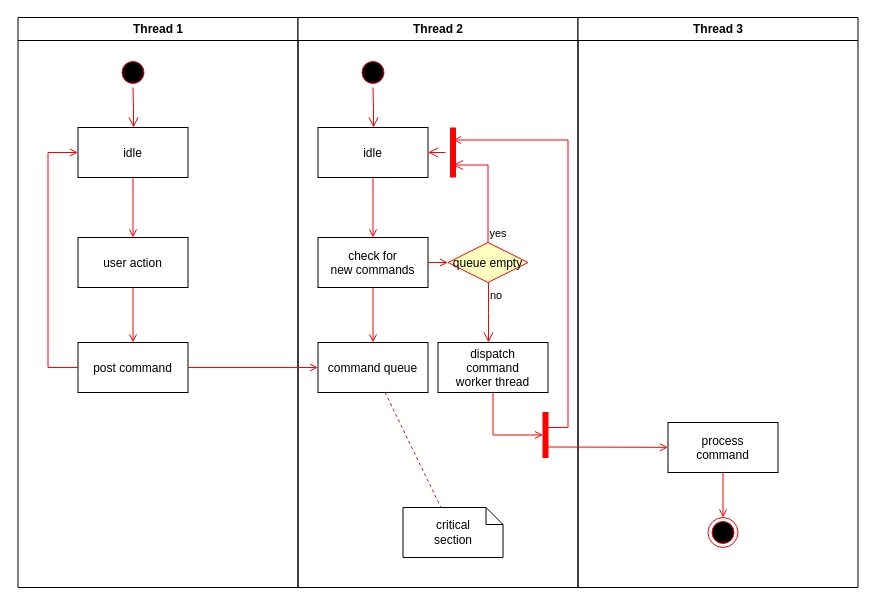
This is activityDiagram.drawio from thewyolar/CyberLife, a draw.io file, before an edit. Source tidied: cells renumbered, new cells numbered last; positions are measured from the earlier drawing's top-left corner, leaving out a move shared by most shapes. Both pictures are drawn from the tidied source at 100%, with x=0, y=0 at pixel (17, 17).
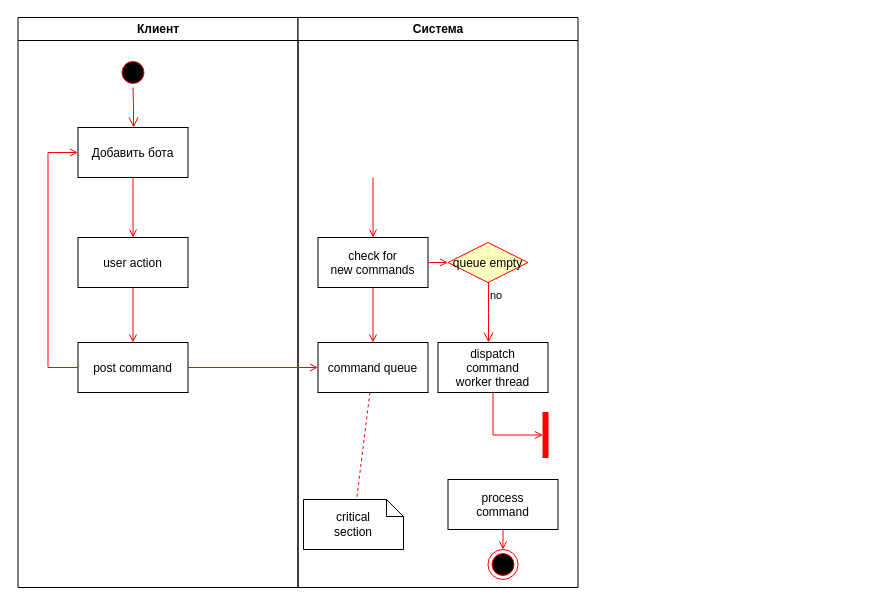
The same page after the edit.

Unchanged cells that the change refers to:
```xml
<mxCell id="15" value="check for &#10;new commands" parent="11" vertex="1">
  <mxGeometry x="20" y="220" width="110" height="50" as="geometry" />
</mxCell>
<mxCell id="19" value="queue empty" style="rhombus;fillColor=#ffffc0;strokeColor=#ff0000;" parent="11" vertex="1">
  <mxGeometry x="150" y="225" width="80" height="40" as="geometry" />
</mxCell>
```

Change to the diagram source:
```diff
@@
-    <mxCell id="2" value="Thread 1" style="swimlane;whiteSpace=wrap;" parent="1" vertex="1">
+    <mxCell id="2" value="Клиент" style="swimlane;whiteSpace=wrap;" parent="1" vertex="1">
       <mxGeometry x="0.5" width="280" height="570" as="geometry" />
     </mxCell>
@@
-    <mxCell id="5" value="idle" parent="2" vertex="1">
+    <mxCell id="5" value="Добавить бота" parent="2" vertex="1">
       <mxGeometry x="60" y="110" width="110" height="50" as="geometry" />
     </mxCell>
@@
-    <mxCell id="11" value="Thread 2" style="swimlane;whiteSpace=wrap;" parent="1" vertex="1">
+    <mxCell id="11" value="Система" style="swimlane;whiteSpace=wrap;startSize=23;" parent="1" vertex="1">
       <mxGeometry x="280.5" width="280" height="570" as="geometry" />
     </mxCell>
-    <mxCell id="12" style="ellipse;shape=startState;fillColor=#000000;strokeColor=#ff0000;" parent="11" vertex="1">
-      <mxGeometry x="60" y="40" width="30" height="30" as="geometry" />
-    </mxCell>
-    <mxCell id="13" style="edgeStyle=elbowEdgeStyle;elbow=horizontal;verticalAlign=bottom;endArrow=open;endSize=8;strokeColor=#FF0000;endFill=1;rounded=0;" parent="11" edge="1" source="12" target="14">
-      <mxGeometry x="40" y="20" as="geometry" />
-    </mxCell>
-    <mxCell id="14" value="idle" parent="11" vertex="1">
-      <mxGeometry x="20" y="110" width="110" height="50" as="geometry" />
-    </mxCell>
@@
-    <mxCell id="16" style="endArrow=open;strokeColor=#FF0000;endFill=1;rounded=0;" parent="11" edge="1" source="14" target="15">
-      <mxGeometry relative="1" as="geometry" />
+    <mxCell id="16" style="endArrow=open;strokeColor=#FF0000;endFill=1;rounded=0;" parent="11" edge="1" target="15">
+      <mxGeometry relative="1" as="geometry">
+        <mxPoint x="75" y="160" as="sourcePoint" />
+      </mxGeometry>
     </mxCell>
@@
-    <mxCell id="20" value="yes" style="edgeStyle=elbowEdgeStyle;elbow=horizontal;align=left;verticalAlign=bottom;endArrow=open;endSize=8;strokeColor=#FF0000;exitX=0.5;exitY=0;endFill=1;rounded=0;entryX=0.75;entryY=0.5;entryPerimeter=0;" parent="11" edge="1" source="19" target="23">
-      <mxGeometry x="-1" relative="1" as="geometry">
-        <Array as="points">
-          <mxPoint x="190" y="180" />
-        </Array>
-      </mxGeometry>
-    </mxCell>
@@
-    <mxCell id="23" style="shape=line;strokeWidth=6;strokeColor=#ff0000;rotation=90;" parent="11" vertex="1">
-      <mxGeometry x="130" y="127.5" width="50" height="15" as="geometry" />
-    </mxCell>
-    <mxCell id="24" style="edgeStyle=elbowEdgeStyle;elbow=horizontal;verticalAlign=bottom;endArrow=open;endSize=8;strokeColor=#FF0000;endFill=1;rounded=0;" parent="11" edge="1" source="23" target="14">
-      <mxGeometry x="130" y="90" as="geometry" />
-    </mxCell>
@@
     <mxCell id="26" value="critical&#10;section" style="shape=note;whiteSpace=wrap;size=17;" parent="11" vertex="1">
-      <mxGeometry x="105" y="490" width="100" height="50" as="geometry" />
+      <mxGeometry x="5.5" y="482" width="100" height="50" as="geometry" />
     </mxCell>
@@
-    <mxCell id="30" value="Thread 3" style="swimlane;whiteSpace=wrap;" parent="1" vertex="1">
-      <mxGeometry x="560.5" width="280" height="570" as="geometry" />
-    </mxCell>
-    <mxCell id="31" value="process&#10;command" parent="30" vertex="1">
-      <mxGeometry x="90" y="405" width="110" height="50" as="geometry" />
+    <mxCell id="31" value="process&#10;command" parent="11" vertex="1">
+      <mxGeometry x="150" y="462" width="110" height="50" as="geometry" />
     </mxCell>
-    <mxCell id="32" style="edgeStyle=elbowEdgeStyle;elbow=horizontal;strokeColor=#FF0000;endArrow=open;endFill=1;rounded=0;entryX=0.25;entryY=0.5;entryPerimeter=0;" parent="30" edge="1" target="23">
-      <mxGeometry relative="1" as="geometry">
-        <mxPoint x="-30" y="410" as="sourcePoint" />
-        <Array as="points">
-          <mxPoint x="-10" y="135" />
-        </Array>
-      </mxGeometry>
-    </mxCell>
-    <mxCell id="33" style="edgeStyle=none;strokeColor=#FF0000;endArrow=open;endFill=1;rounded=0;" parent="30" edge="1" target="31">
-      <mxGeometry relative="1" as="geometry">
-        <mxPoint x="-30" y="429.5" as="sourcePoint" />
-      </mxGeometry>
-    </mxCell>
-    <mxCell id="34" style="ellipse;shape=endState;fillColor=#000000;strokeColor=#ff0000;" parent="30" vertex="1">
-      <mxGeometry x="130" y="500" width="30" height="30" as="geometry" />
+    <mxCell id="34" style="ellipse;shape=endState;fillColor=#000000;strokeColor=#ff0000;" parent="11" vertex="1">
+      <mxGeometry x="190" y="532" width="30" height="30" as="geometry" />
     </mxCell>
-    <mxCell id="35" style="endArrow=open;strokeColor=#FF0000;endFill=1;rounded=0;" parent="30" edge="1" source="31" target="34">
+    <mxCell id="35" style="endArrow=open;strokeColor=#FF0000;endFill=1;rounded=0;" parent="11" edge="1" source="31" target="34">
       <mxGeometry relative="1" as="geometry" />
     </mxCell>
```
